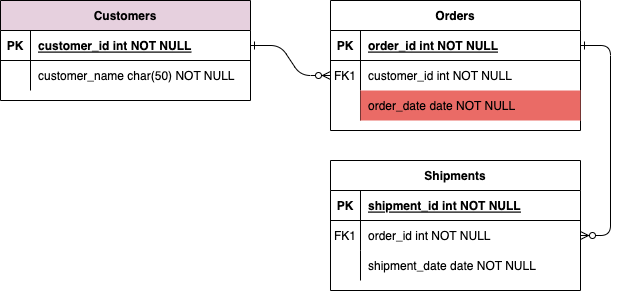
Above: aliexpress/test888.png in WAHAHA402/drawIoImages (draw.io), before the change. Source tidied: cells renumbered, new cells last; positions are measured from the earlier drawing's top-left corner, leaving out a move shared by most shapes.
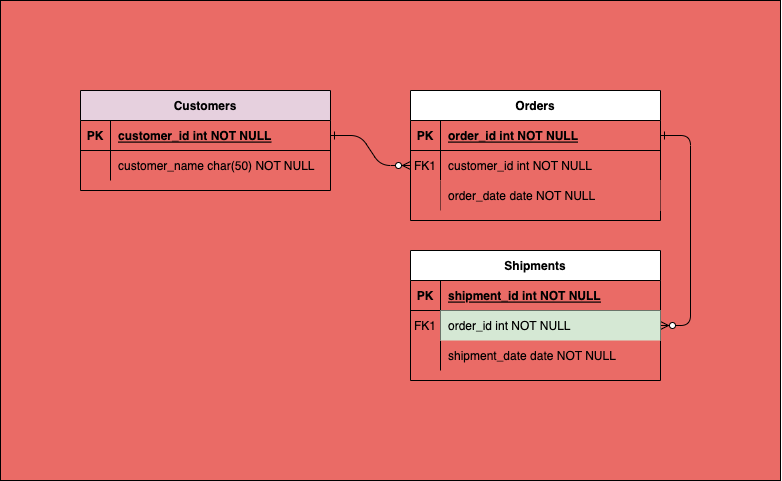
After the change.

Change to the diagram source:
```diff
@@ -2,6 +2,9 @@
   <root>
     <mxCell id="0" />
     <mxCell id="1" parent="0" />
+    <mxCell id="31" style="rounded=0;whiteSpace=wrap;html=1;fillColor=#EA6B66;" parent="1" vertex="1">
+      <mxGeometry x="-80" y="-90" width="780" height="480" as="geometry" />
+    </mxCell>
     <mxCell id="2" style="edgeStyle=entityRelationEdgeStyle;endArrow=ERzeroToMany;startArrow=ERone;endFill=1;startFill=0;" parent="1" edge="1" source="25" target="8">
       <mxGeometry relative="1" as="geometry" />
     </mxCell>
@@ -56,7 +59,7 @@
     <mxCell id="19" value="FK1" style="shape=partialRectangle;overflow=hidden;fillColor=none;top=0;left=0;bottom=0;right=0;" parent="18" vertex="1">
       <mxGeometry width="30" height="30" as="geometry" />
     </mxCell>
-    <mxCell id="20" value="order_id int NOT NULL" style="shape=partialRectangle;overflow=hidden;fillColor=none;top=0;left=0;bottom=0;right=0;align=left;spacingLeft=6;" parent="18" vertex="1">
+    <mxCell id="20" value="order_id int NOT NULL" style="shape=partialRectangle;overflow=hidden;fillColor=#D5E8D4;top=0;left=0;bottom=0;right=0;align=left;spacingLeft=6;" parent="18" vertex="1">
       <mxGeometry x="30" width="220" height="30" as="geometry" />
     </mxCell>
     <mxCell id="21" style="shape=partialRectangle;fillColor=none;top=0;left=0;right=0;bottom=0;" parent="14" vertex="1">
```
